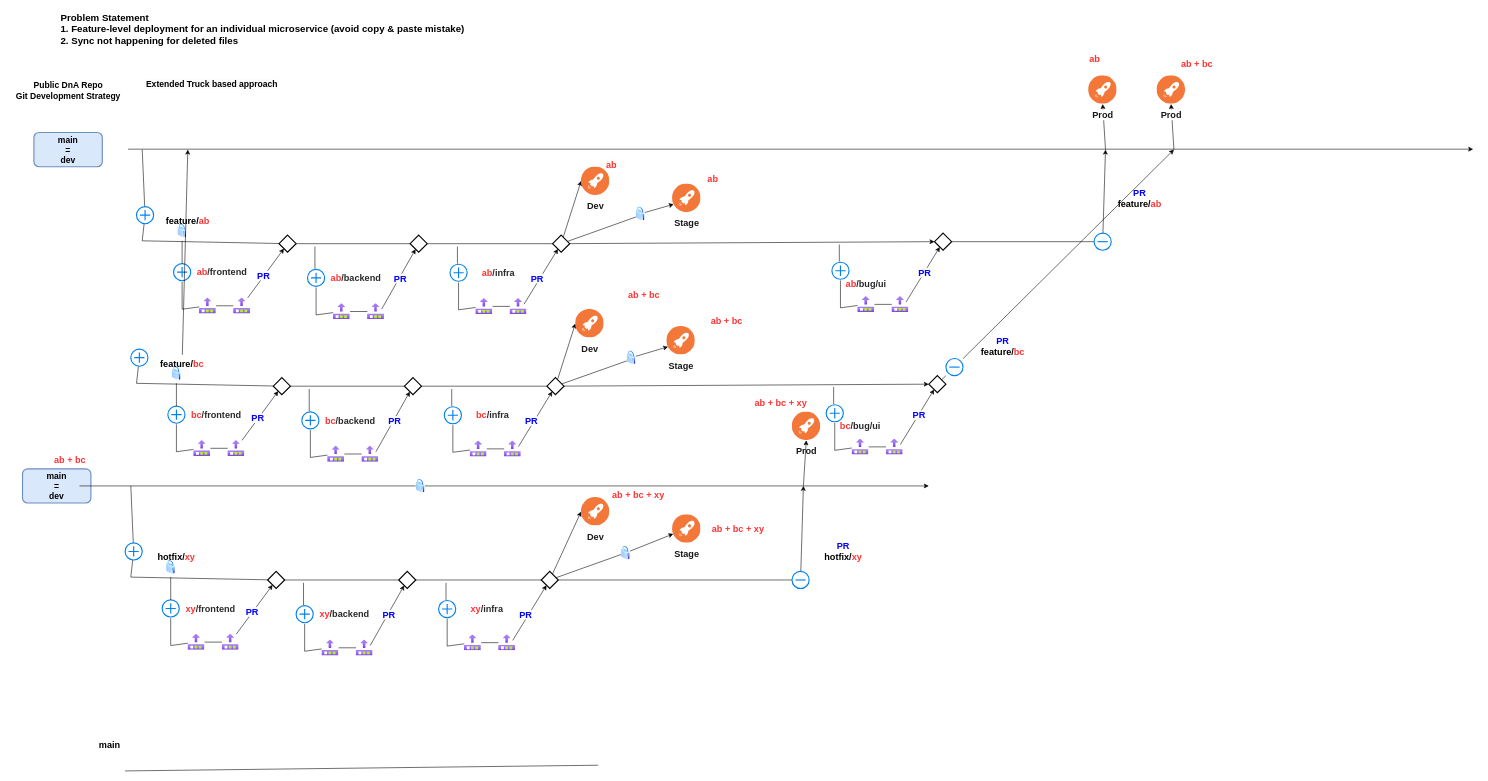
Before: git-strategy.drawio in mercedes-benz/DnA, a draw.io diagram. Source tidied: cells renumbered, new cells numbered last; positions are measured from the earlier drawing's top-left corner, leaving out a move shared by most shapes. Both pictures are drawn from the tidied source at 57%, with x=0, y=0 at pixel (10, 10).
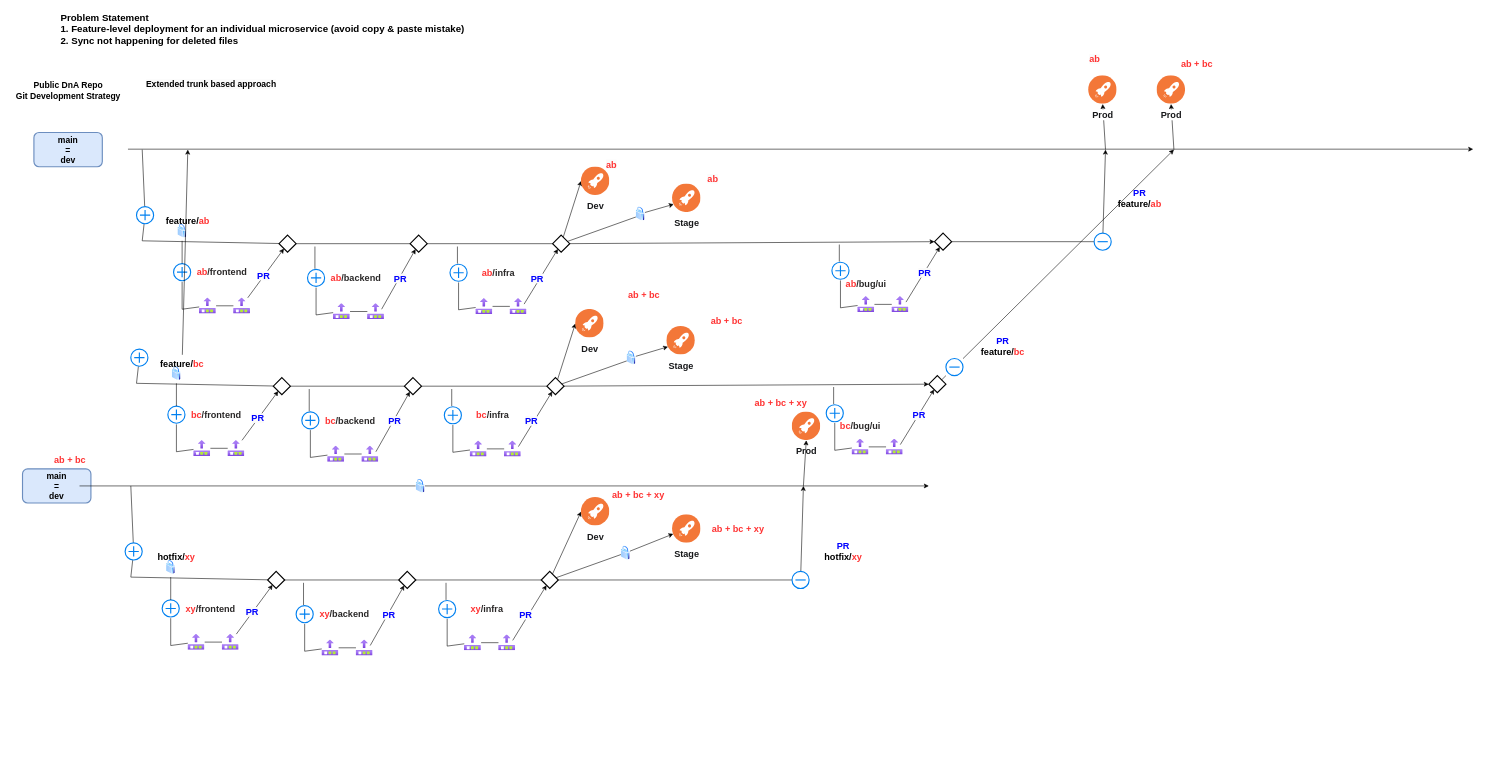
After the change.

Diff of the diagram source:
```diff
@@
-    <mxCell id="122" value="&lt;b style=&quot;border-color: var(--border-color); color: rgb(0, 0, 0); font-family: Helvetica; font-size: 15px; font-style: normal; font-variant-ligatures: normal; font-variant-caps: normal; letter-spacing: normal; orphans: 2; text-align: center; text-indent: 0px; text-transform: none; widows: 2; word-spacing: 0px; -webkit-text-stroke-width: 0px; background-color: rgb(251, 251, 251); text-decoration-thickness: initial; text-decoration-style: initial; text-decoration-color: initial;&quot;&gt;Extended Truck based approach&lt;/b&gt;" style="text;whiteSpace=wrap;html=1;" parent="1" vertex="1">
+    <mxCell id="122" value="&lt;b style=&quot;border-color: var(--border-color); color: rgb(0, 0, 0); font-family: Helvetica; font-size: 15px; font-style: normal; font-variant-ligatures: normal; font-variant-caps: normal; letter-spacing: normal; orphans: 2; text-align: center; text-indent: 0px; text-transform: none; widows: 2; word-spacing: 0px; -webkit-text-stroke-width: 0px; background-color: rgb(251, 251, 251); text-decoration-thickness: initial; text-decoration-style: initial; text-decoration-color: initial;&quot;&gt;Extended trunk based approach&lt;/b&gt;" style="text;whiteSpace=wrap;html=1;" parent="1" vertex="1">
       <mxGeometry x="236.6" y="115" width="255.3" height="40" as="geometry" />
     </mxCell>
@@
-    <mxCell id="194" style="endArrow=none;html=1;fontSize=16;fontColor=#FF3333;" parent="1" edge="1">
-      <mxGeometry relative="1" as="geometry">
-        <mxPoint x="202" y="1335" as="sourcePoint" />
-        <mxPoint x="1032" y="1325" as="targetPoint" />
-      </mxGeometry>
-    </mxCell>
-    <mxCell id="195" value="&lt;span style=&quot;font-size: 16px;&quot;&gt;&lt;b&gt;main&lt;/b&gt;&lt;/span&gt;" style="text;html=1;strokeColor=none;fillColor=none;align=center;verticalAlign=middle;whiteSpace=wrap;rounded=0;shadow=0;glass=0;labelBackgroundColor=none;labelBorderColor=none;sketch=0;strokeWidth=2;fontSize=15;" parent="1" vertex="1">
-      <mxGeometry x="144.5" y="1275" width="60" height="30" as="geometry" />
-    </mxCell>
```
